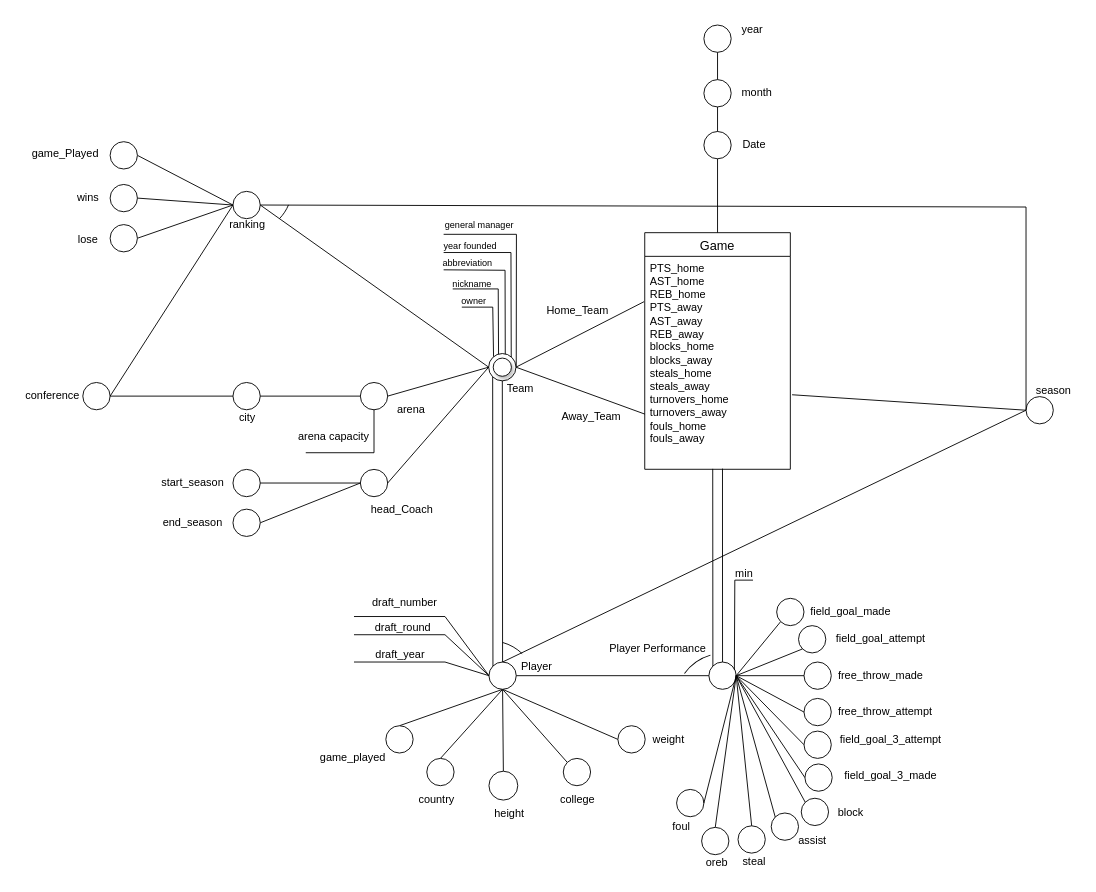
Earlier version of the draw.io diagram DFM_Final.drawio (najeh-halawani/NBA-Data-Warehouse). Source tidied: cells renumbered, new cells numbered last; positions are measured from the earlier drawing's top-left corner, leaving out a move shared by most shapes. Both pictures are drawn from the tidied source at 91%, with x=0, y=0 at pixel (15, 15).
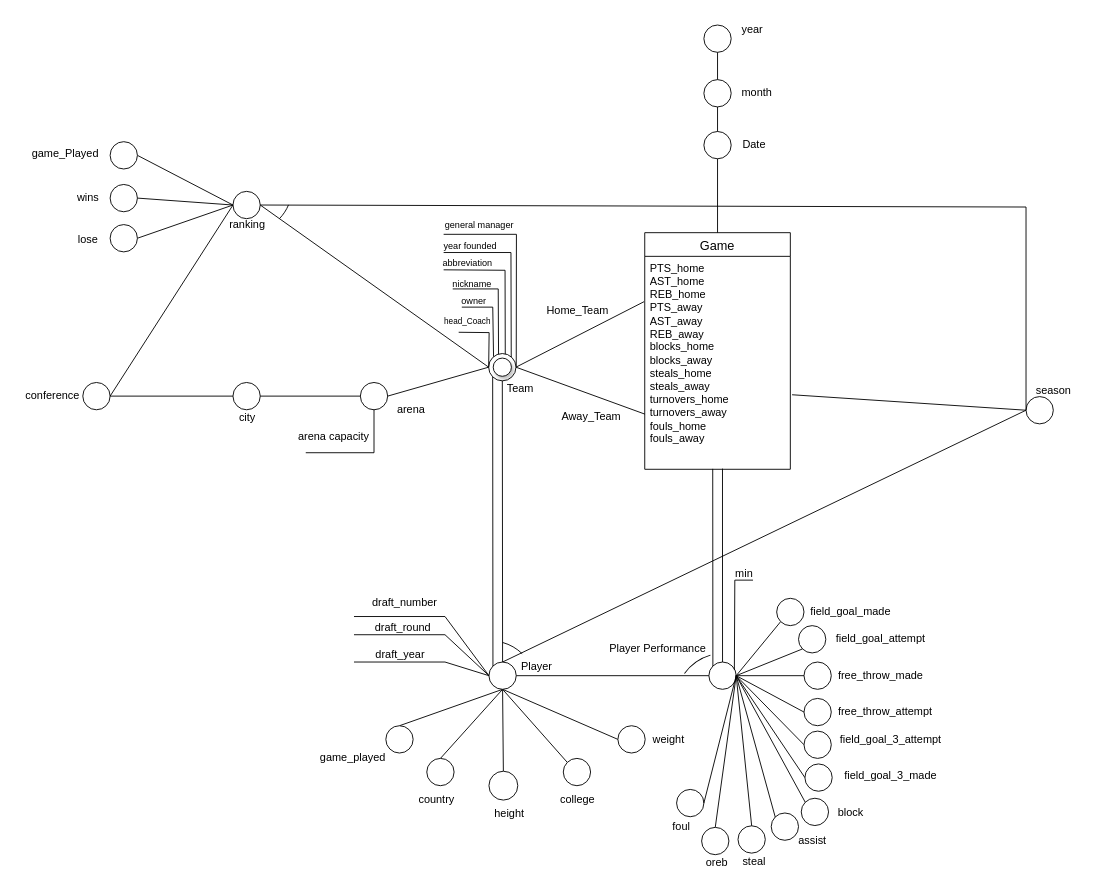
After the change.

Commit message (it also covers changes not shown here):
add DFM Schema

The change refers to these unchanged cells:
```xml
<mxCell id="40" style="ellipse;whiteSpace=wrap;html=1;" parent="1" vertex="1">
  <mxGeometry x="519.5" y="371" width="30" height="30" as="geometry" />
</mxCell>
```

The edit, as a diff of the source:
```diff
@@
-    <mxCell id="46" style="ellipse;whiteSpace=wrap;html=1;" parent="1" vertex="1">
-      <mxGeometry x="238.5" y="498.3" width="30" height="30" as="geometry" />
-    </mxCell>
-    <mxCell id="47" style="ellipse;whiteSpace=wrap;html=1;" parent="1" vertex="1">
-      <mxGeometry x="378.5" y="498.3" width="30" height="30" as="geometry" />
-    </mxCell>
@@
-    <mxCell id="58" style="endArrow=none;html=1;rounded=0;entryX=0;entryY=0.5;entryDx=0;entryDy=0;exitX=1;exitY=0.5;exitDx=0;exitDy=0;" parent="1" edge="1" source="47" target="40">
-      <mxGeometry relative="1" as="geometry" />
+    <mxCell id="58" style="endArrow=none;html=1;rounded=0;entryX=0;entryY=0.5;entryDx=0;entryDy=0;exitX=0.372;exitY=0.921;exitDx=0;exitDy=0;exitPerimeter=0;" parent="1" edge="1" source="59" target="40">
+      <mxGeometry relative="1" as="geometry">
+        <Array as="points">
+          <mxPoint x="520" y="348" />
+        </Array>
+      </mxGeometry>
     </mxCell>
-    <mxCell id="59" value="head_Coach" style="text;html=1;align=center;verticalAlign=middle;points=[];strokeColor=none;fillColor=none;" parent="1" vertex="1">
-      <mxGeometry x="378.5" y="528.3" width="90" height="30" as="geometry" />
+    <mxCell id="59" value="&lt;font style=&quot;font-size: 9px;&quot;&gt;head_Coach&lt;/font&gt;" style="text;html=1;align=center;verticalAlign=middle;points=[];strokeColor=none;fillColor=none;" parent="1" vertex="1">
+      <mxGeometry x="460.5" y="320" width="70" height="30" as="geometry" />
     </mxCell>
-    <mxCell id="60" style="endArrow=none;html=1;rounded=0;entryX=0;entryY=0.5;entryDx=0;entryDy=0;entryPerimeter=0;exitX=1;exitY=0.5;exitDx=0;exitDy=0;" parent="1" edge="1" source="46" target="47">
-      <mxGeometry relative="1" as="geometry" />
-    </mxCell>
-    <mxCell id="61" value="start_season" style="text;html=1;align=center;verticalAlign=middle;strokeColor=none;fillColor=none;" parent="1" vertex="1">
-      <mxGeometry x="148.5" y="498.3" width="90" height="30" as="geometry" />
-    </mxCell>
-    <mxCell id="62" style="endArrow=none;html=1;rounded=0;entryX=0;entryY=0.5;entryDx=0;entryDy=0;exitX=1;exitY=0.5;exitDx=0;exitDy=0;" parent="1" edge="1" source="64" target="47">
-      <mxGeometry relative="1" as="geometry" />
-    </mxCell>
@@
-    <mxCell id="64" style="ellipse;whiteSpace=wrap;html=1;" parent="1" vertex="1">
-      <mxGeometry x="238.5" y="542" width="30" height="30" as="geometry" />
-    </mxCell>
-    <mxCell id="65" value="end_season" style="text;html=1;align=center;verticalAlign=middle;strokeColor=none;fillColor=none;" parent="1" vertex="1">
-      <mxGeometry x="148.5" y="542" width="90" height="30" as="geometry" />
-    </mxCell>
```
